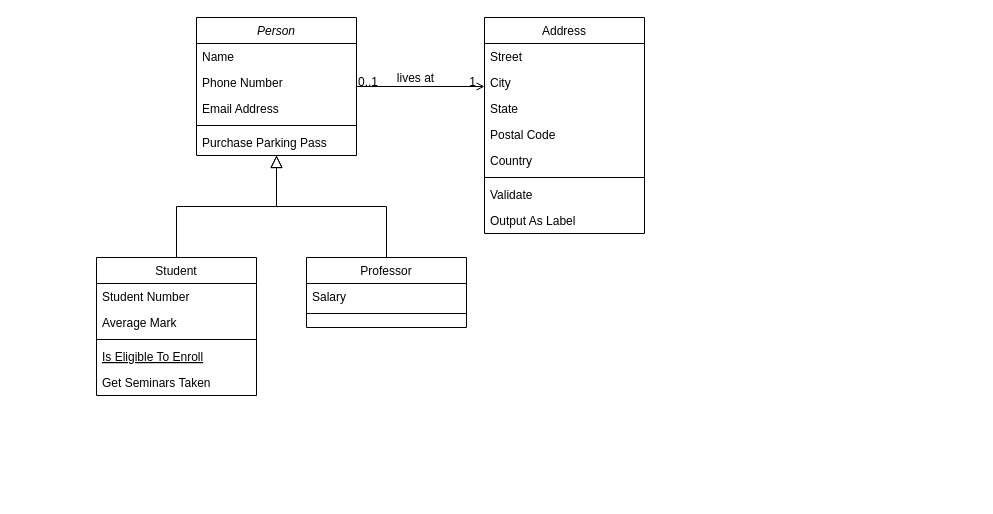
The draw.io diagram a.drawio in dingying1990/drawio, before the edit. Source tidied: cells renumbered, new cells numbered last; positions are measured from the earlier drawing's top-left corner, leaving out a move shared by most shapes. Both pictures are drawn from the tidied source at 100%, with x=0, y=0 at pixel (96, 17).
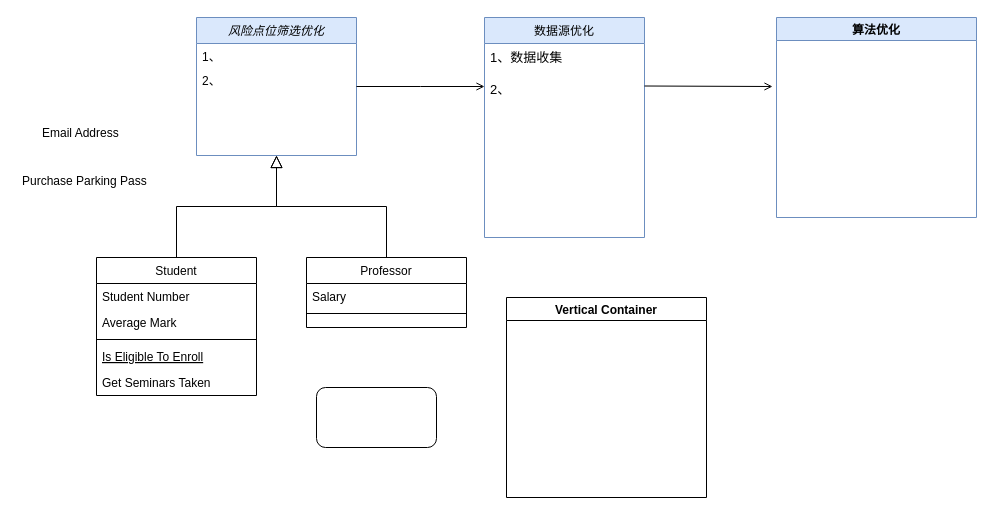
The same page after the edit.

Commit message:
已运行风电场偏差订正测试报告.drawio

Unchanged cells that the change refers to:
```xml
<mxCell id="28" style="endArrow=open;shadow=0;strokeWidth=1;rounded=0;endFill=1;edgeStyle=elbowEdgeStyle;elbow=vertical;" parent="1" edge="1" source="2" target="19">
  <mxGeometry x="0.5" y="41" relative="1" as="geometry">
    <mxPoint x="-40" y="32" as="offset" />
  </mxGeometry>
</mxCell>
```

Diff of the diagram source:
```diff
@@
-    <mxCell id="2" value="Person" style="swimlane;fontStyle=2;align=center;verticalAlign=top;horizontal=1;startSize=26;rounded=0;shadow=0;strokeWidth=1;" parent="1" vertex="1">
+    <mxCell id="2" value="风险点位筛选优化" style="swimlane;fontStyle=2;align=center;verticalAlign=top;horizontal=1;startSize=26;rounded=0;shadow=0;strokeWidth=1;fillColor=#dae8fc;strokeColor=#6c8ebf;" parent="1" vertex="1">
       <mxGeometry x="100" width="160" height="138" as="geometry" />
     </mxCell>
-    <mxCell id="3" value="Name" style="text;align=left;verticalAlign=top;spacingLeft=4;spacingRight=4;overflow=hidden;" parent="2" vertex="1">
-      <mxGeometry y="26" width="160" height="26" as="geometry" />
+    <mxCell id="3" value="1、" style="text;align=left;verticalAlign=top;spacingLeft=4;spacingRight=4;overflow=hidden;" parent="2" vertex="1">
+      <mxGeometry y="26" width="160" height="24" as="geometry" />
     </mxCell>
-    <mxCell id="4" value="Phone Number" style="text;align=left;verticalAlign=top;spacingLeft=4;spacingRight=4;overflow=hidden;rounded=0;shadow=0;html=0;" parent="2" vertex="1">
-      <mxGeometry y="52" width="160" height="26" as="geometry" />
+    <mxCell id="4" value="2、" style="text;align=left;verticalAlign=top;spacingLeft=4;spacingRight=4;overflow=hidden;rounded=0;shadow=0;html=0;" parent="2" vertex="1">
+      <mxGeometry y="50" width="160" height="26" as="geometry" />
     </mxCell>
-    <mxCell id="5" value="Email Address" style="text;align=left;verticalAlign=top;spacingLeft=4;spacingRight=4;overflow=hidden;rounded=0;shadow=0;html=0;" parent="2" vertex="1">
-      <mxGeometry y="78" width="160" height="26" as="geometry" />
-    </mxCell>
-    <mxCell id="6" style="line;html=1;strokeWidth=1;align=left;verticalAlign=middle;spacingTop=-1;spacingLeft=3;spacingRight=3;labelPosition=right;" parent="2" vertex="1">
-      <mxGeometry y="104" width="160" height="8" as="geometry" />
-    </mxCell>
-    <mxCell id="7" value="Purchase Parking Pass" style="text;align=left;verticalAlign=top;spacingLeft=4;spacingRight=4;overflow=hidden;" parent="2" vertex="1">
-      <mxGeometry y="112" width="160" height="26" as="geometry" />
-    </mxCell>
@@
-    <mxCell id="19" value="Address" style="swimlane;fontStyle=0;align=center;verticalAlign=top;horizontal=1;startSize=26;rounded=0;shadow=0;strokeWidth=1;" parent="1" vertex="1">
-      <mxGeometry x="388" width="160" height="216" as="geometry" />
+    <mxCell id="19" value="数据源优化" style="swimlane;fontStyle=0;align=center;verticalAlign=top;horizontal=1;startSize=26;rounded=0;shadow=0;strokeWidth=1;fillColor=#dae8fc;strokeColor=#6c8ebf;" parent="1" vertex="1">
+      <mxGeometry x="388" width="160" height="220" as="geometry" />
     </mxCell>
-    <mxCell id="20" value="Street" style="text;align=left;verticalAlign=top;spacingLeft=4;spacingRight=4;overflow=hidden;" parent="19" vertex="1">
-      <mxGeometry y="26" width="160" height="26" as="geometry" />
+    <mxCell id="20" value="1、数据收集&#10;&#10;2、" style="text;align=left;verticalAlign=top;spacingLeft=4;spacingRight=4;overflow=hidden;horizontal=1;fontSize=13;" parent="19" vertex="1">
+      <mxGeometry y="26" width="160" height="194" as="geometry" />
     </mxCell>
-    <mxCell id="21" value="City" style="text;align=left;verticalAlign=top;spacingLeft=4;spacingRight=4;overflow=hidden;rounded=0;shadow=0;html=0;" parent="19" vertex="1">
-      <mxGeometry y="52" width="160" height="26" as="geometry" />
-    </mxCell>
-    <mxCell id="22" value="State" style="text;align=left;verticalAlign=top;spacingLeft=4;spacingRight=4;overflow=hidden;rounded=0;shadow=0;html=0;" parent="19" vertex="1">
-      <mxGeometry y="78" width="160" height="26" as="geometry" />
-    </mxCell>
-    <mxCell id="23" value="Postal Code" style="text;align=left;verticalAlign=top;spacingLeft=4;spacingRight=4;overflow=hidden;rounded=0;shadow=0;html=0;" parent="19" vertex="1">
-      <mxGeometry y="104" width="160" height="26" as="geometry" />
-    </mxCell>
-    <mxCell id="24" value="Country" style="text;align=left;verticalAlign=top;spacingLeft=4;spacingRight=4;overflow=hidden;rounded=0;shadow=0;html=0;" parent="19" vertex="1">
-      <mxGeometry y="130" width="160" height="26" as="geometry" />
-    </mxCell>
-    <mxCell id="25" style="line;html=1;strokeWidth=1;align=left;verticalAlign=middle;spacingTop=-1;spacingLeft=3;spacingRight=3;labelPosition=right;" parent="19" vertex="1">
-      <mxGeometry y="156" width="160" height="8" as="geometry" />
-    </mxCell>
-    <mxCell id="26" value="Validate" style="text;align=left;verticalAlign=top;spacingLeft=4;spacingRight=4;overflow=hidden;" parent="19" vertex="1">
-      <mxGeometry y="164" width="160" height="26" as="geometry" />
-    </mxCell>
-    <mxCell id="27" value="Output As Label" style="text;align=left;verticalAlign=top;spacingLeft=4;spacingRight=4;overflow=hidden;" parent="19" vertex="1">
-      <mxGeometry y="190" width="160" height="26" as="geometry" />
-    </mxCell>
@@
-    <mxCell id="29" value="0..1" style="align=left;verticalAlign=bottom;labelBackgroundColor=none;fontSize=12;" parent="28" vertex="1">
-      <mxGeometry x="-1" relative="1" as="geometry">
-        <mxPoint y="4" as="offset" />
-      </mxGeometry>
-    </mxCell>
-    <mxCell id="30" value="1" style="align=right;verticalAlign=bottom;labelBackgroundColor=none;fontSize=12;" parent="28" vertex="1">
-      <mxGeometry x="1" relative="1" as="geometry">
-        <mxPoint x="-7" y="4" as="offset" />
-      </mxGeometry>
-    </mxCell>
-    <mxCell id="31" value="lives at" style="text;html=1;align=center;verticalAlign=middle;labelBackgroundColor=none;rounded=0;shadow=0;strokeWidth=1;fontSize=12;" parent="28" vertex="1">
-      <mxGeometry x="0.5" y="49" relative="1" as="geometry">
-        <mxPoint x="-38" y="40" as="offset" />
-      </mxGeometry>
-    </mxCell>
+    <mxCell id="7" value="Purchase Parking Pass" style="text;align=left;verticalAlign=top;spacingLeft=4;spacingRight=4;overflow=hidden;" parent="1" vertex="1">
+      <mxGeometry x="-80" y="150" width="160" height="26" as="geometry" />
+    </mxCell>
+    <mxCell id="5" value="Email Address" style="text;align=left;verticalAlign=top;spacingLeft=4;spacingRight=4;overflow=hidden;rounded=0;shadow=0;html=0;" parent="1" vertex="1">
+      <mxGeometry x="-60" y="102" width="160" height="26" as="geometry" />
+    </mxCell>
+    <mxCell id="32" style="rounded=1;whiteSpace=wrap;html=1;" parent="1" vertex="1">
+      <mxGeometry x="220" y="370" width="120" height="60" as="geometry" />
+    </mxCell>
+    <mxCell id="33" value="Vertical Container" style="swimlane;" parent="1" vertex="1">
+      <mxGeometry x="410" y="280" width="200" height="200" as="geometry" />
+    </mxCell>
+    <mxCell id="34" style="whiteSpace=wrap;html=1;strokeColor=none;fillColor=none;" parent="1" vertex="1">
+      <mxGeometry x="420" y="340" width="120" height="60" as="geometry" />
+    </mxCell>
+    <mxCell id="35" style="endArrow=open;shadow=0;strokeWidth=1;rounded=0;endFill=1;edgeStyle=elbowEdgeStyle;elbow=vertical;" parent="1" edge="1">
+      <mxGeometry x="0.5" y="41" relative="1" as="geometry">
+        <mxPoint x="548" y="68.5" as="sourcePoint" />
+        <mxPoint x="676" y="68.5" as="targetPoint" />
+        <mxPoint x="-40" y="32" as="offset" />
+      </mxGeometry>
+    </mxCell>
+    <mxCell id="36" value="算法优化" style="swimlane;fillColor=#dae8fc;strokeColor=#6c8ebf;" parent="1" vertex="1">
+      <mxGeometry x="680" width="200" height="200" as="geometry" />
+    </mxCell>
```
